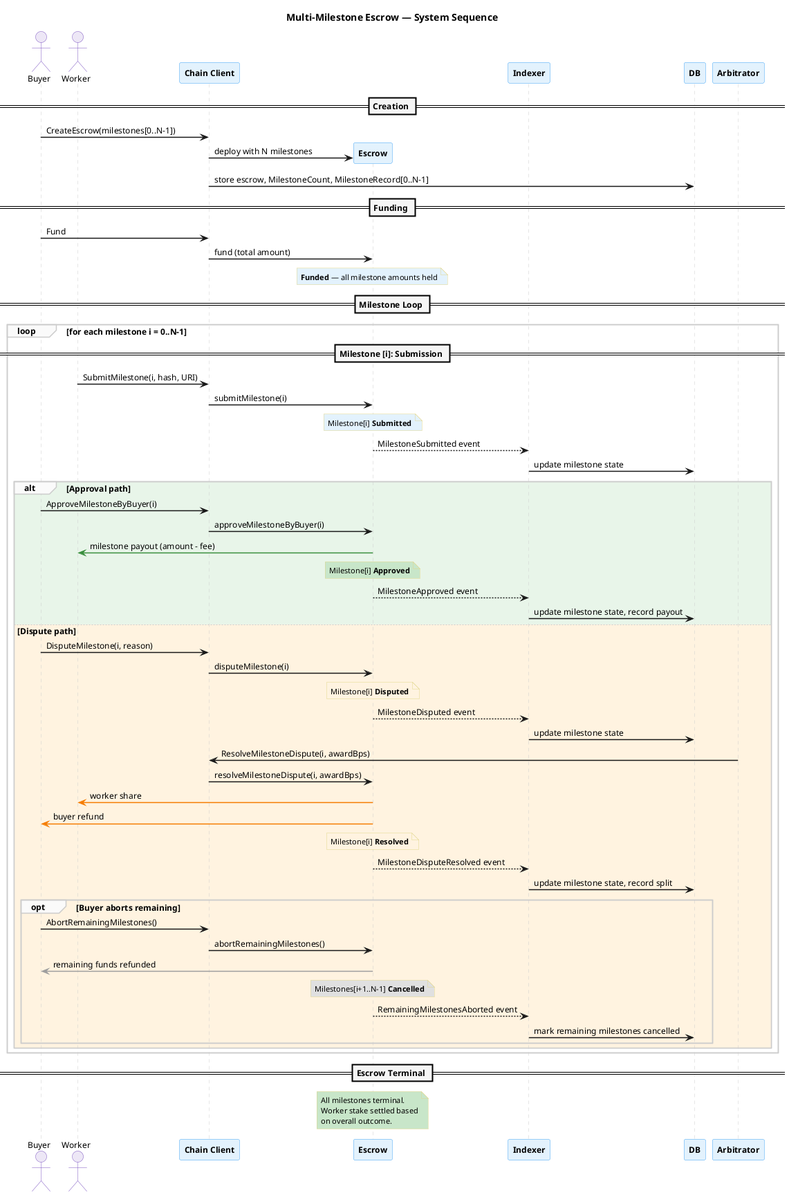
eddiefleurent/agent-escrow keeps this PlantUML diagram as docs/diagrams/milestone-system-sequence.png. Above is the earlier version.
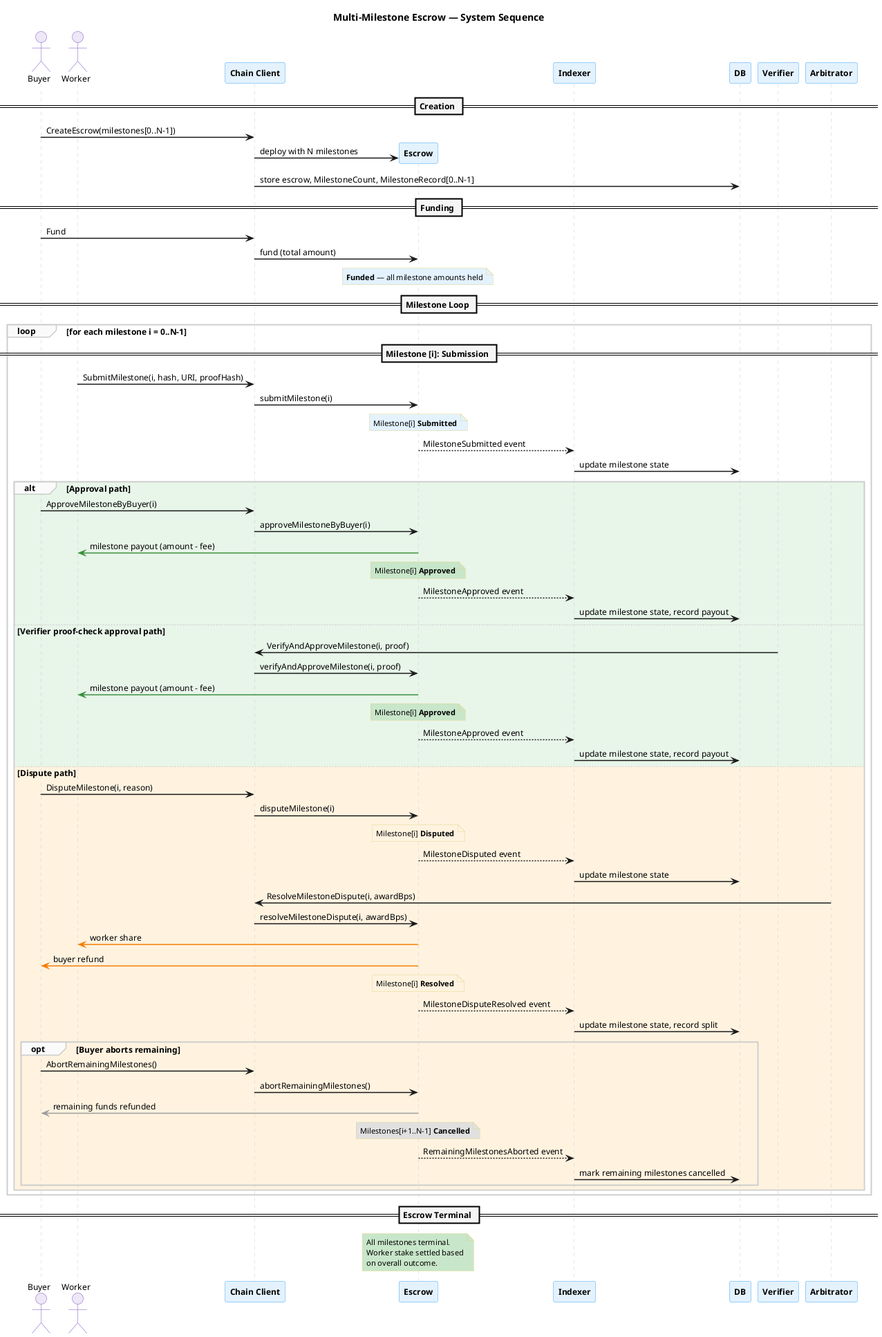
After the change.

Change to the diagram source:
```diff
@@ -54,7 +54,7 @@
 
   == Milestone [i]: Submission ==
 
-  worker -> chain : SubmitMilestone(i, hash, URI)
+  worker -> chain : SubmitMilestone(i, hash, URI, proofHash)
   chain -> escrow : submitMilestone(i)
   note over escrow #E3F2FD : Milestone[i] **Submitted**
   escrow --> indexer : MilestoneSubmitted event
@@ -63,6 +63,14 @@
   alt #E8F5E9 Approval path
     buyer -> chain : ApproveMilestoneByBuyer(i)
     chain -> escrow : approveMilestoneByBuyer(i)
+    escrow -[#388E3C]> worker : milestone payout (amount - fee)
+    note over escrow #C8E6C9 : Milestone[i] **Approved**
+    escrow --> indexer : MilestoneApproved event
+    indexer -> db : update milestone state, record payout
+
+  else #E8F5E9 Verifier proof-check approval path
+    "Verifier" as verifier -> chain : VerifyAndApproveMilestone(i, proof)
+    chain -> escrow : verifyAndApproveMilestone(i, proof)
     escrow -[#388E3C]> worker : milestone payout (amount - fee)
     note over escrow #C8E6C9 : Milestone[i] **Approved**
     escrow --> indexer : MilestoneApproved event
```
